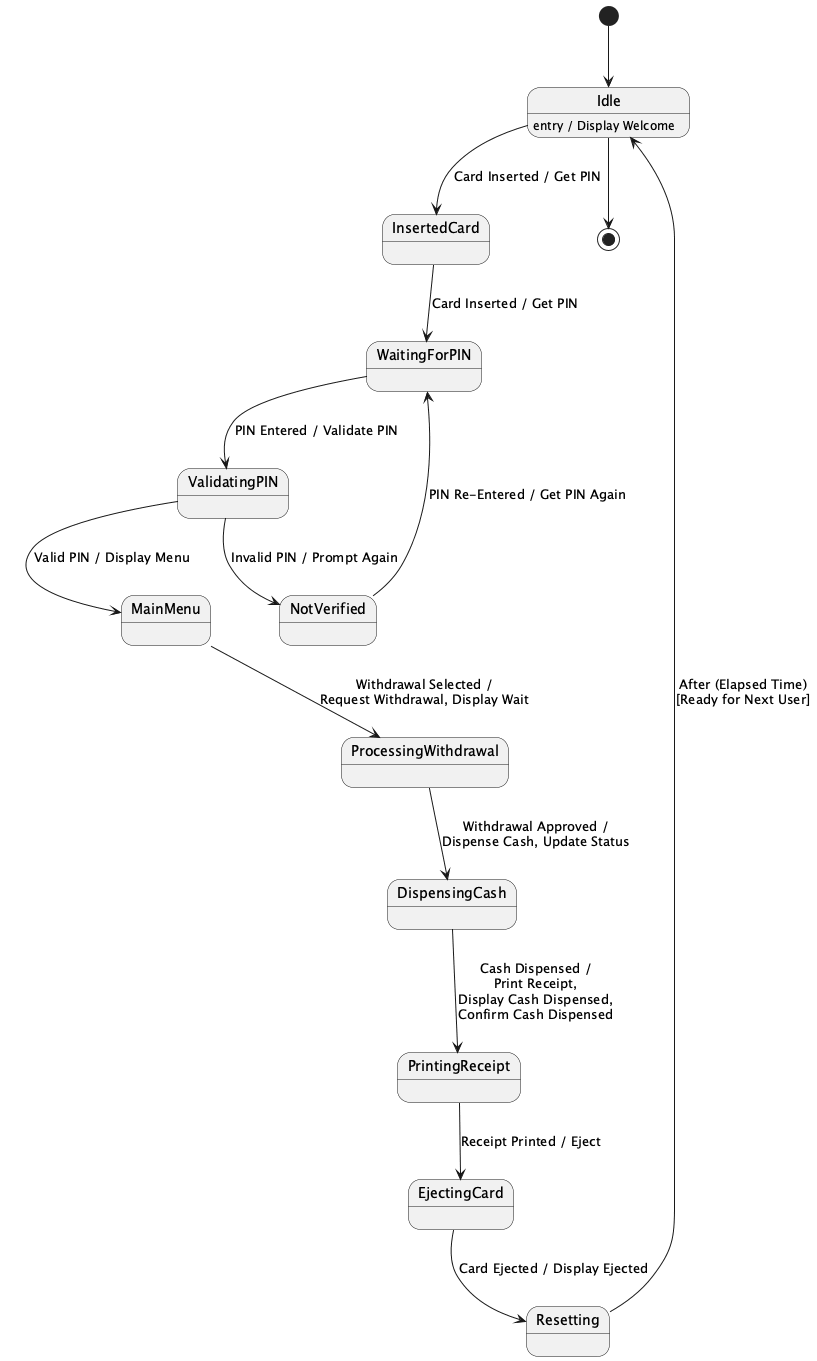
This is results/plantuml_pipeline/ensemble_stacked_llm/runs/ensemble__all_methods__candidate_pool__stacked_llm/case_67_atm_many_scenarios_1/ensemble.png from maimunafaria/State_transition_Diagram_generated_by_LLM, a PlantUML export, as it was before one commit.
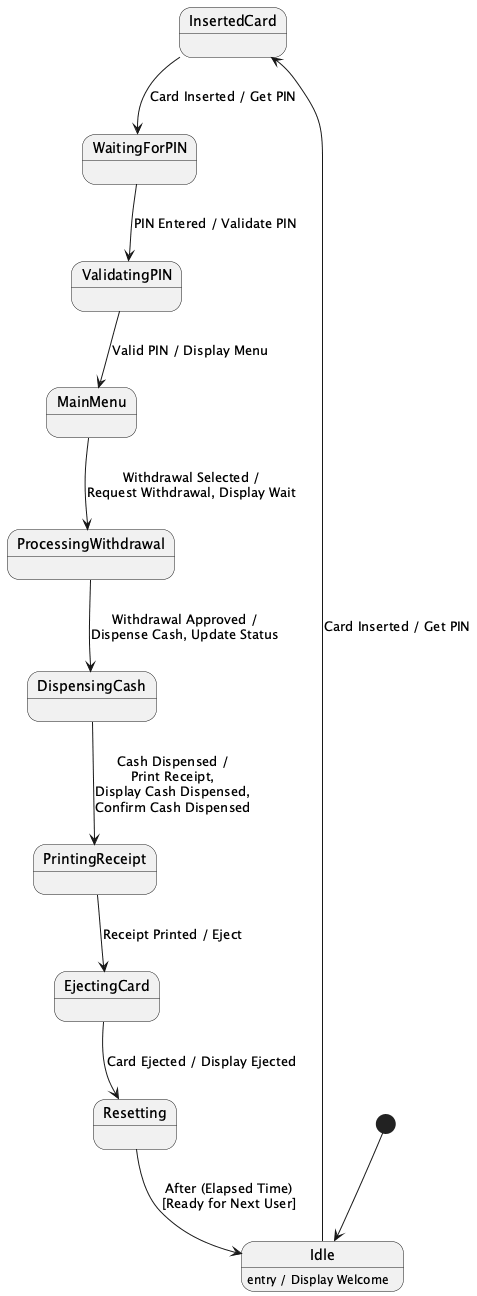
Above is the later version.

The edit, as a diff of the source:
```diff
@@ -1,41 +1,36 @@
 @startuml
+state InsertedCard
+state WaitingForPIN
+state ValidatingPIN
+state MainMenu
+state ProcessingWithdrawal
+state DispensingCash
+state PrintingReceipt
+state EjectingCard
+state Resetting
+state Idle
+
 [*] --> Idle
 
-state Idle
 Idle : entry / Display Welcome
-
 Idle --> InsertedCard : Card Inserted / Get PIN
 
-state InsertedCard
 InsertedCard --> WaitingForPIN : Card Inserted / Get PIN
 
-state WaitingForPIN
 WaitingForPIN --> ValidatingPIN : PIN Entered / Validate PIN
 
-state ValidatingPIN
 ValidatingPIN --> MainMenu : Valid PIN / Display Menu
-ValidatingPIN --> NotVerified : Invalid PIN / Prompt Again
 
-state MainMenu
 MainMenu --> ProcessingWithdrawal : Withdrawal Selected /\nRequest Withdrawal, Display Wait
 
-state ProcessingWithdrawal
 ProcessingWithdrawal --> DispensingCash : Withdrawal Approved /\nDispense Cash, Update Status
 
-state DispensingCash
 DispensingCash --> PrintingReceipt : Cash Dispensed /\nPrint Receipt,\nDisplay Cash Dispensed,\nConfirm Cash Dispensed
 
-state PrintingReceipt
 PrintingReceipt --> EjectingCard : Receipt Printed / Eject
 
-state EjectingCard
 EjectingCard --> Resetting : Card Ejected / Display Ejected
 
-state Resetting
 Resetting --> Idle : After (Elapsed Time)\n[Ready for Next User]
 
-state NotVerified
-NotVerified --> WaitingForPIN : PIN Re-Entered / Get PIN Again
-
-Idle --> [*]
 @enduml
```
